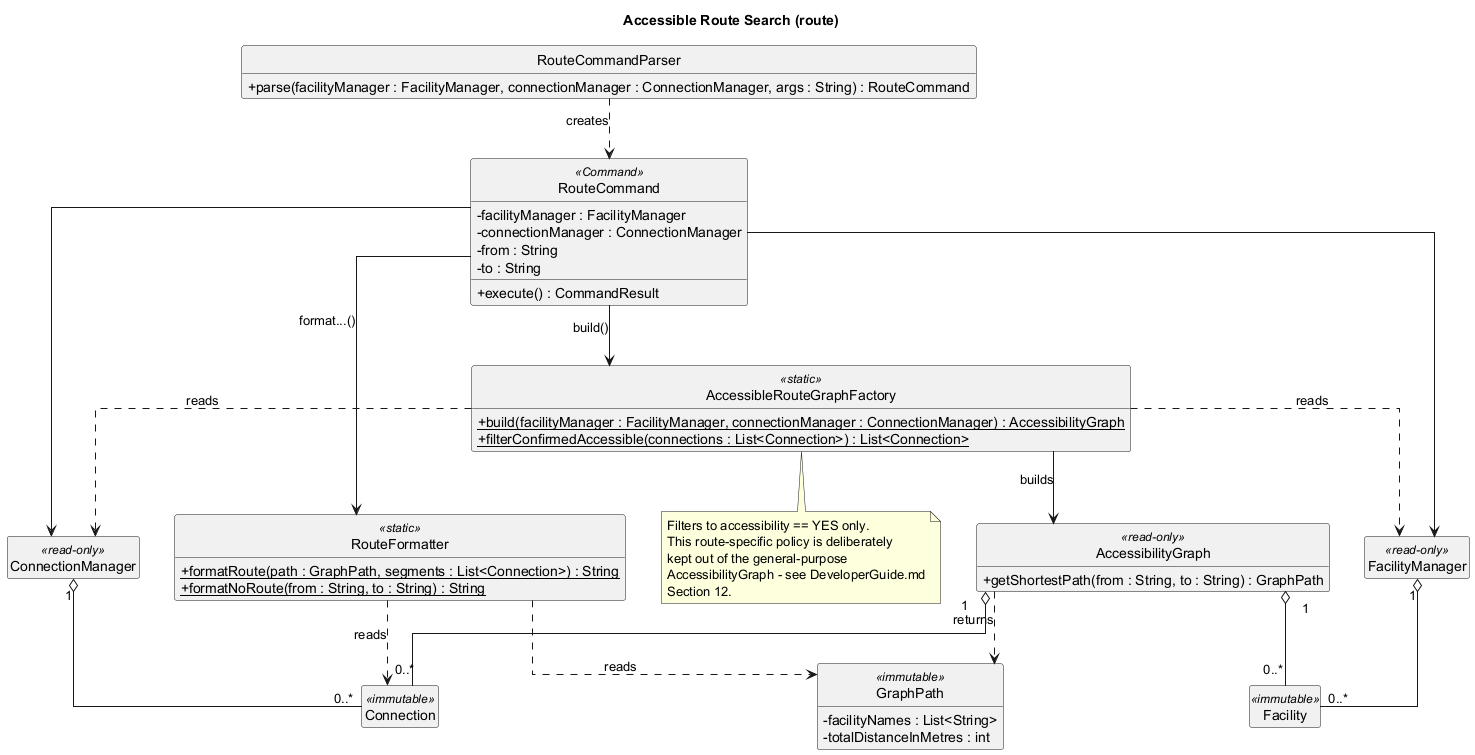
lukelouyu/SelfTeamProject keeps this PlantUML diagram as docs/diagrams/class/RouteClassDiagram.png. Above is the earlier version. Its diagram source:
```plantuml
@startuml
title Accessible Route Search (route)

skinparam classAttributeIconSize 0
skinparam linetype ortho
skinparam shadowing false
hide circle
hide empty members

class RouteCommandParser {
  + parse(facilityManager : FacilityManager, connectionManager : ConnectionManager, args : String) : RouteCommand
}

class RouteCommand <<Command>> {
  - facilityManager : FacilityManager
  - connectionManager : ConnectionManager
  - from : String
  - to : String
  + execute() : CommandResult
}

class AccessibleRouteGraphFactory <<static>> {
  + {static} build(facilityManager : FacilityManager, connectionManager : ConnectionManager) : AccessibilityGraph
  + {static} filterConfirmedAccessible(connections : List<Connection>) : List<Connection>
}

class RouteFormatter <<static>> {
  + {static} formatRoute(path : GraphPath, segments : List<Connection>) : String
  + {static} formatNoRoute(from : String, to : String) : String
}

class AccessibilityGraph <<read-only>> {
  + getShortestPath(from : String, to : String) : GraphPath
}

class GraphPath <<immutable>> {
  - facilityNames : List<String>
  - totalDistanceInMetres : int
}

class FacilityManager <<read-only>>
class ConnectionManager <<read-only>>
class Connection <<immutable>>
class Facility <<immutable>>

RouteCommandParser ..> RouteCommand : creates
RouteCommand --> AccessibleRouteGraphFactory : build()
RouteCommand --> RouteFormatter : format...()
RouteCommand --> FacilityManager
RouteCommand --> ConnectionManager
AccessibleRouteGraphFactory --> AccessibilityGraph : builds
AccessibleRouteGraphFactory ..> FacilityManager : reads
AccessibleRouteGraphFactory ..> ConnectionManager : reads
AccessibilityGraph ..> GraphPath : returns
AccessibilityGraph "1" o-- "0..*" Facility
AccessibilityGraph "1" o-- "0..*" Connection
RouteFormatter ..> GraphPath : reads
RouteFormatter ..> Connection : reads
FacilityManager "1" o-- "0..*" Facility
ConnectionManager "1" o-- "0..*" Connection

note bottom of AccessibleRouteGraphFactory
  Filters to accessibility == YES only.
  This route-specific policy is deliberately
  kept out of the general-purpose
  AccessibilityGraph - see DeveloperGuide.md
  Section 12.
end note

@enduml
```
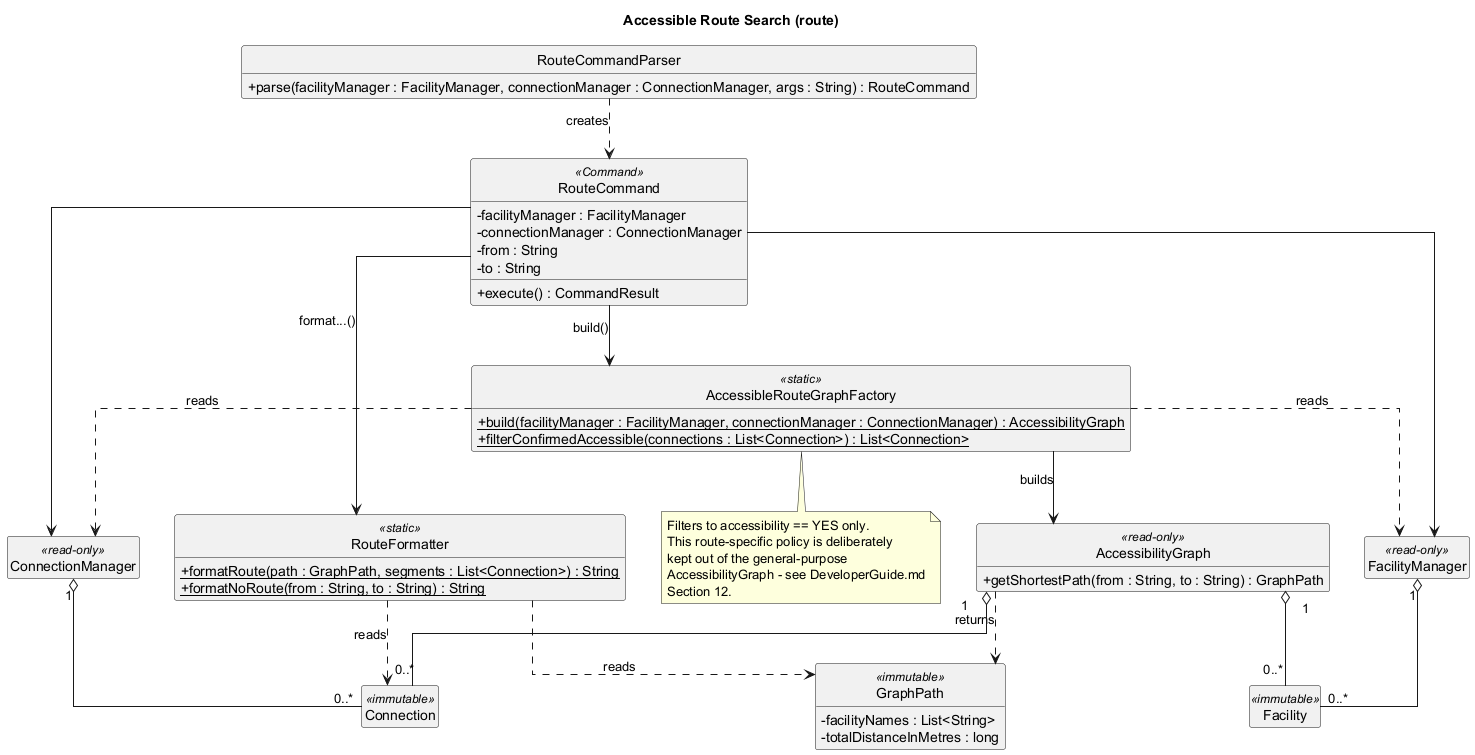
Later version of the same file.

Commit message:
docs: document route distance overflow guard and fix stale diagram type

Added a Developer Guide paragraph in Section 12 explaining why
cumulative Dijkstra distance is long while individual edge distances
stay int, and the reconstructPath cycle guard. RouteClassDiagram.puml
still declared GraphPath.totalDistanceInMetres as int; updated it to
long and regenerated the PNG.

Diff of the diagram source:
```diff
@@ -35,7 +35,7 @@
 
 class GraphPath <<immutable>> {
   - facilityNames : List<String>
-  - totalDistanceInMetres : int
+  - totalDistanceInMetres : long
 }
 
 class FacilityManager <<read-only>>
```
